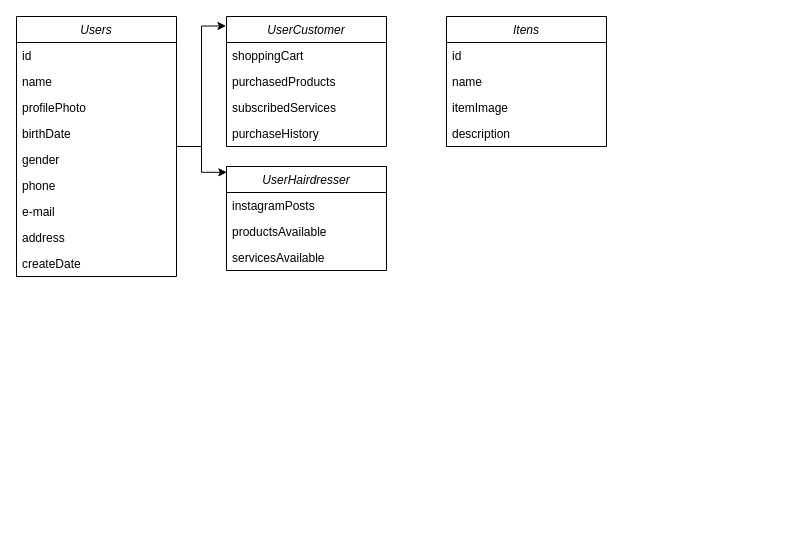
Earlier version of the draw.io diagram estetify-back-end.drawio (NatanNMendes/estetify-back-end). Source tidied: cells renumbered, new cells numbered last; positions are measured from the earlier drawing's top-left corner, leaving out a move shared by most shapes. Both pictures are drawn from the tidied source at 100%, with x=0, y=0 at pixel (16, 16).
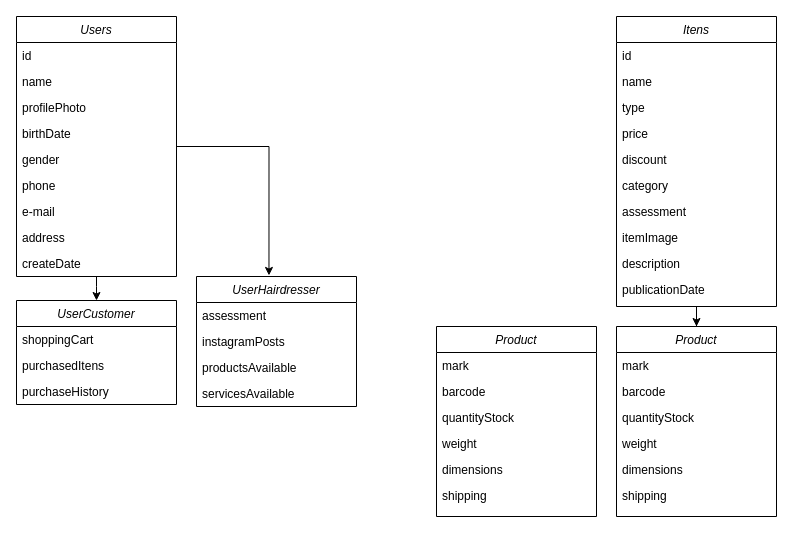
Above is the later version.

Unchanged cells that the change refers to:
```xml
<mxCell id="2" value="Users" style="swimlane;fontStyle=2;align=center;verticalAlign=top;horizontal=1;startSize=26;rounded=0;shadow=0;strokeWidth=1;gradientColor=none;swimlaneFillColor=default;" parent="1" vertex="1">
  <mxGeometry width="160" height="260" as="geometry" />
</mxCell>
```

Diff of the diagram source:
```diff
@@
+    <mxCell id="22" style="edgeStyle=orthogonalEdgeStyle;rounded=0;jettySize=auto;html=1;entryX=0.5;entryY=0;entryDx=0;entryDy=0;" parent="1" edge="1" source="2" target="17">
+      <mxGeometry relative="1" as="geometry">
+        <Array as="points">
+          <mxPoint x="80" y="270" />
+          <mxPoint x="80" y="270" />
+        </Array>
+      </mxGeometry>
+    </mxCell>
@@
     <mxCell id="12" value="UserHairdresser" style="swimlane;fontStyle=2;align=center;verticalAlign=top;horizontal=1;startSize=26;rounded=0;shadow=0;strokeWidth=1;gradientColor=none;swimlaneFillColor=default;" parent="1" vertex="1">
-      <mxGeometry x="210" y="150" width="160" height="104" as="geometry" />
+      <mxGeometry x="180" y="260" width="160" height="130" as="geometry" />
     </mxCell>
+    <mxCell id="28" value="assessment" style="text;align=left;verticalAlign=top;spacingLeft=4;spacingRight=4;overflow=hidden;" parent="12" vertex="1">
+      <mxGeometry y="26" width="160" height="26" as="geometry" />
+    </mxCell>
     <mxCell id="13" value="instagramPosts" style="text;align=left;verticalAlign=top;spacingLeft=4;spacingRight=4;overflow=hidden;" parent="12" vertex="1">
-      <mxGeometry y="26" width="160" height="26" as="geometry" />
+      <mxGeometry y="52" width="160" height="26" as="geometry" />
     </mxCell>
     <mxCell id="14" value="productsAvailable" style="text;align=left;verticalAlign=top;spacingLeft=4;spacingRight=4;overflow=hidden;" parent="12" vertex="1">
-      <mxGeometry y="52" width="160" height="26" as="geometry" />
+      <mxGeometry y="78" width="160" height="26" as="geometry" />
     </mxCell>
     <mxCell id="15" value="servicesAvailable" style="text;align=left;verticalAlign=top;spacingLeft=4;spacingRight=4;overflow=hidden;" parent="12" vertex="1">
-      <mxGeometry y="78" width="160" height="26" as="geometry" />
+      <mxGeometry y="104" width="160" height="26" as="geometry" />
     </mxCell>
-    <mxCell id="16" style="edgeStyle=orthogonalEdgeStyle;rounded=0;jettySize=auto;html=1;entryX=0.002;entryY=0.056;entryDx=0;entryDy=0;entryPerimeter=0;" parent="1" edge="1" source="2" target="12">
-      <mxGeometry relative="1" as="geometry" />
-    </mxCell>
     <mxCell id="17" value="UserCustomer" style="swimlane;fontStyle=2;align=center;verticalAlign=top;horizontal=1;startSize=26;rounded=0;shadow=0;strokeWidth=1;gradientColor=none;swimlaneFillColor=default;" parent="1" vertex="1">
-      <mxGeometry x="210" width="160" height="130" as="geometry" />
+      <mxGeometry y="284" width="160" height="104" as="geometry" />
     </mxCell>
@@
-    <mxCell id="19" value="purchasedProducts" style="text;align=left;verticalAlign=top;spacingLeft=4;spacingRight=4;overflow=hidden;" parent="17" vertex="1">
+    <mxCell id="19" value="purchasedItens" style="text;align=left;verticalAlign=top;spacingLeft=4;spacingRight=4;overflow=hidden;strokeColor=none;fillColor=none;" parent="17" vertex="1">
       <mxGeometry y="52" width="160" height="26" as="geometry" />
     </mxCell>
-    <mxCell id="20" value="subscribedServices" style="text;align=left;verticalAlign=top;spacingLeft=4;spacingRight=4;overflow=hidden;" parent="17" vertex="1">
-      <mxGeometry y="78" width="160" height="26" as="geometry" />
-    </mxCell>
     <mxCell id="21" value="purchaseHistory" style="text;align=left;verticalAlign=top;spacingLeft=4;spacingRight=4;overflow=hidden;" parent="17" vertex="1">
-      <mxGeometry y="104" width="160" height="26" as="geometry" />
+      <mxGeometry y="78" width="160" height="26" as="geometry" />
     </mxCell>
-    <mxCell id="22" style="edgeStyle=orthogonalEdgeStyle;rounded=0;jettySize=auto;html=1;entryX=-0.003;entryY=0.073;entryDx=0;entryDy=0;entryPerimeter=0;" parent="1" edge="1" source="2" target="17">
-      <mxGeometry relative="1" as="geometry" />
-    </mxCell>
+    <mxCell id="29" style="edgeStyle=orthogonalEdgeStyle;rounded=0;jettySize=auto;html=1;entryX=0.5;entryY=0;entryDx=0;entryDy=0;" parent="1" edge="1" source="23" target="36">
+      <mxGeometry relative="1" as="geometry" />
+    </mxCell>
     <mxCell id="23" value="Itens" style="swimlane;fontStyle=2;align=center;verticalAlign=top;horizontal=1;startSize=26;rounded=0;shadow=0;strokeWidth=1;gradientColor=none;swimlaneFillColor=default;" parent="1" vertex="1">
-      <mxGeometry x="430" width="160" height="130" as="geometry" />
+      <mxGeometry x="600" width="160" height="290" as="geometry" />
     </mxCell>
@@
+    <mxCell id="30" value="type&#10;" style="text;align=left;verticalAlign=top;spacingLeft=4;spacingRight=4;overflow=hidden;" parent="23" vertex="1">
+      <mxGeometry y="78" width="160" height="26" as="geometry" />
+    </mxCell>
+    <mxCell id="31" value="price" style="text;align=left;verticalAlign=top;spacingLeft=4;spacingRight=4;overflow=hidden;" parent="23" vertex="1">
+      <mxGeometry y="104" width="160" height="26" as="geometry" />
+    </mxCell>
+    <mxCell id="32" value="discount" style="text;align=left;verticalAlign=top;spacingLeft=4;spacingRight=4;overflow=hidden;" parent="23" vertex="1">
+      <mxGeometry y="130" width="160" height="26" as="geometry" />
+    </mxCell>
+    <mxCell id="33" value="category" style="text;align=left;verticalAlign=top;spacingLeft=4;spacingRight=4;overflow=hidden;" parent="23" vertex="1">
+      <mxGeometry y="156" width="160" height="26" as="geometry" />
+    </mxCell>
+    <mxCell id="34" value="assessment" style="text;align=left;verticalAlign=top;spacingLeft=4;spacingRight=4;overflow=hidden;" parent="23" vertex="1">
+      <mxGeometry y="182" width="160" height="26" as="geometry" />
+    </mxCell>
     <mxCell id="26" value="itemImage" style="text;align=left;verticalAlign=top;spacingLeft=4;spacingRight=4;overflow=hidden;" parent="23" vertex="1">
-      <mxGeometry y="78" width="160" height="26" as="geometry" />
+      <mxGeometry y="208" width="160" height="26" as="geometry" />
     </mxCell>
     <mxCell id="27" value="description" style="text;align=left;verticalAlign=top;spacingLeft=4;spacingRight=4;overflow=hidden;" parent="23" vertex="1">
-      <mxGeometry y="104" width="160" height="26" as="geometry" />
+      <mxGeometry y="234" width="160" height="26" as="geometry" />
     </mxCell>
+    <mxCell id="35" value="publicationDate" style="text;align=left;verticalAlign=top;spacingLeft=4;spacingRight=4;overflow=hidden;" parent="23" vertex="1">
+      <mxGeometry y="260" width="160" height="26" as="geometry" />
+    </mxCell>
+    <mxCell id="16" style="edgeStyle=orthogonalEdgeStyle;rounded=0;jettySize=auto;html=1;entryX=0.453;entryY=-0.008;entryDx=0;entryDy=0;entryPerimeter=0;" parent="1" edge="1" source="2" target="12">
+      <mxGeometry relative="1" as="geometry" />
+    </mxCell>
+    <mxCell id="36" value="Product" style="swimlane;fontStyle=2;align=center;verticalAlign=top;horizontal=1;startSize=26;rounded=0;shadow=0;strokeWidth=1;gradientColor=none;swimlaneFillColor=default;" parent="1" vertex="1">
+      <mxGeometry x="600" y="310" width="160" height="190" as="geometry" />
+    </mxCell>
+    <mxCell id="37" value="mark" style="text;align=left;verticalAlign=top;spacingLeft=4;spacingRight=4;overflow=hidden;" parent="36" vertex="1">
+      <mxGeometry y="26" width="160" height="26" as="geometry" />
+    </mxCell>
+    <mxCell id="38" value="barcode" style="text;align=left;verticalAlign=top;spacingLeft=4;spacingRight=4;overflow=hidden;" parent="36" vertex="1">
+      <mxGeometry y="52" width="160" height="26" as="geometry" />
+    </mxCell>
+    <mxCell id="39" value="quantityStock" style="text;align=left;verticalAlign=top;spacingLeft=4;spacingRight=4;overflow=hidden;" parent="36" vertex="1">
+      <mxGeometry y="78" width="160" height="26" as="geometry" />
+    </mxCell>
+    <mxCell id="40" value="weight" style="text;align=left;verticalAlign=top;spacingLeft=4;spacingRight=4;overflow=hidden;" parent="36" vertex="1">
+      <mxGeometry y="104" width="160" height="26" as="geometry" />
+    </mxCell>
+    <mxCell id="41" value="dimensions" style="text;align=left;verticalAlign=top;spacingLeft=4;spacingRight=4;overflow=hidden;" parent="36" vertex="1">
+      <mxGeometry y="130" width="160" height="26" as="geometry" />
+    </mxCell>
+    <mxCell id="42" value="shipping" style="text;align=left;verticalAlign=top;spacingLeft=4;spacingRight=4;overflow=hidden;" parent="36" vertex="1">
+      <mxGeometry y="156" width="160" height="26" as="geometry" />
+    </mxCell>
+    <mxCell id="43" value="Product" style="swimlane;fontStyle=2;align=center;verticalAlign=top;horizontal=1;startSize=26;rounded=0;shadow=0;strokeWidth=1;gradientColor=none;swimlaneFillColor=default;" parent="1" vertex="1">
+      <mxGeometry x="420" y="310" width="160" height="190" as="geometry" />
+    </mxCell>
+    <mxCell id="44" value="mark" style="text;align=left;verticalAlign=top;spacingLeft=4;spacingRight=4;overflow=hidden;" parent="43" vertex="1">
+      <mxGeometry y="26" width="160" height="26" as="geometry" />
+    </mxCell>
+    <mxCell id="45" value="barcode" style="text;align=left;verticalAlign=top;spacingLeft=4;spacingRight=4;overflow=hidden;" parent="43" vertex="1">
+      <mxGeometry y="52" width="160" height="26" as="geometry" />
+    </mxCell>
+    <mxCell id="46" value="quantityStock" style="text;align=left;verticalAlign=top;spacingLeft=4;spacingRight=4;overflow=hidden;" parent="43" vertex="1">
+      <mxGeometry y="78" width="160" height="26" as="geometry" />
+    </mxCell>
+    <mxCell id="47" value="weight" style="text;align=left;verticalAlign=top;spacingLeft=4;spacingRight=4;overflow=hidden;" parent="43" vertex="1">
+      <mxGeometry y="104" width="160" height="26" as="geometry" />
+    </mxCell>
+    <mxCell id="48" value="dimensions" style="text;align=left;verticalAlign=top;spacingLeft=4;spacingRight=4;overflow=hidden;" parent="43" vertex="1">
+      <mxGeometry y="130" width="160" height="26" as="geometry" />
+    </mxCell>
+    <mxCell id="49" value="shipping" style="text;align=left;verticalAlign=top;spacingLeft=4;spacingRight=4;overflow=hidden;" parent="43" vertex="1">
+      <mxGeometry y="156" width="160" height="26" as="geometry" />
+    </mxCell>
```
